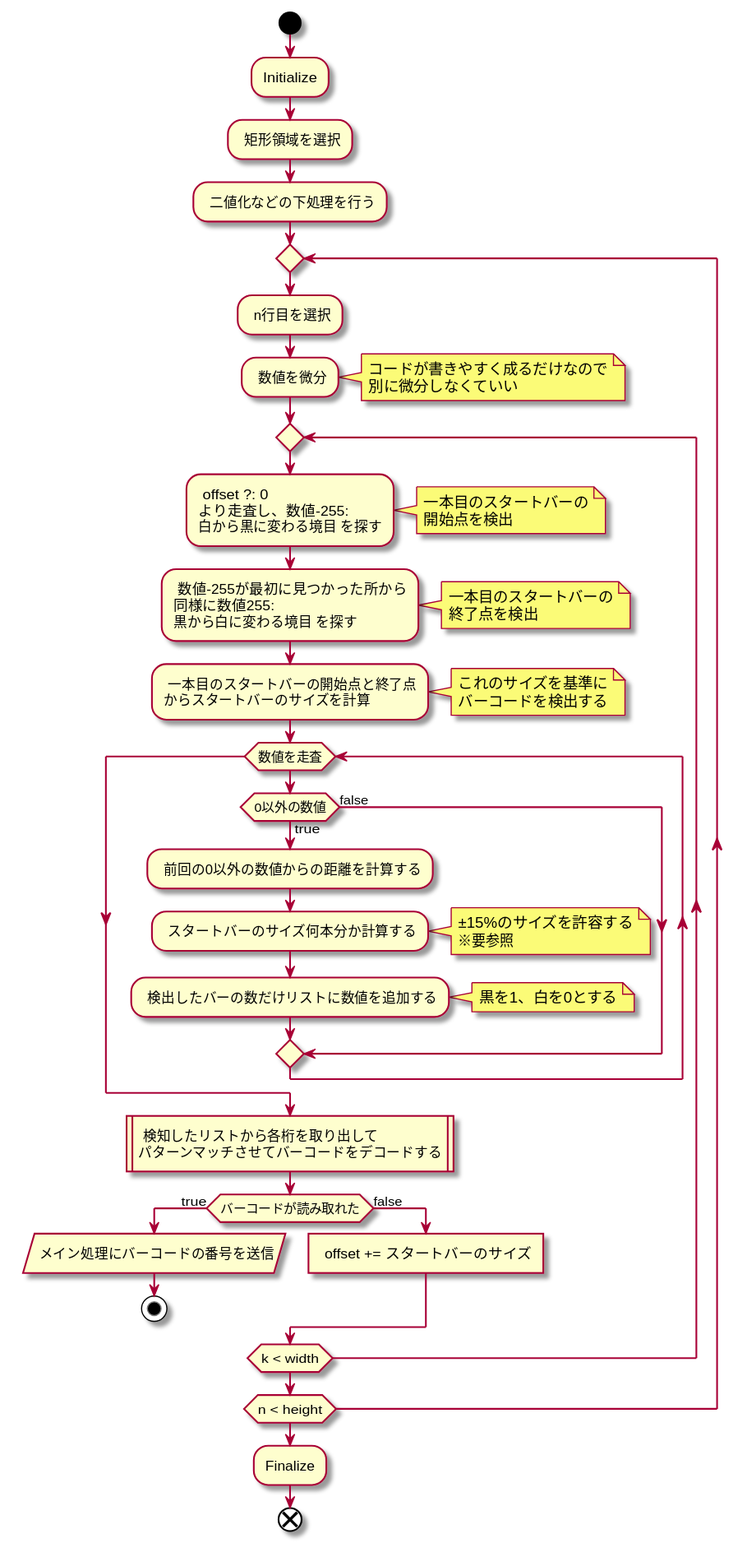
Before: cam/lab/barcode_read/flowchart.svg, a diagram exported from PlantUML (tdu-naklab/awd_system).
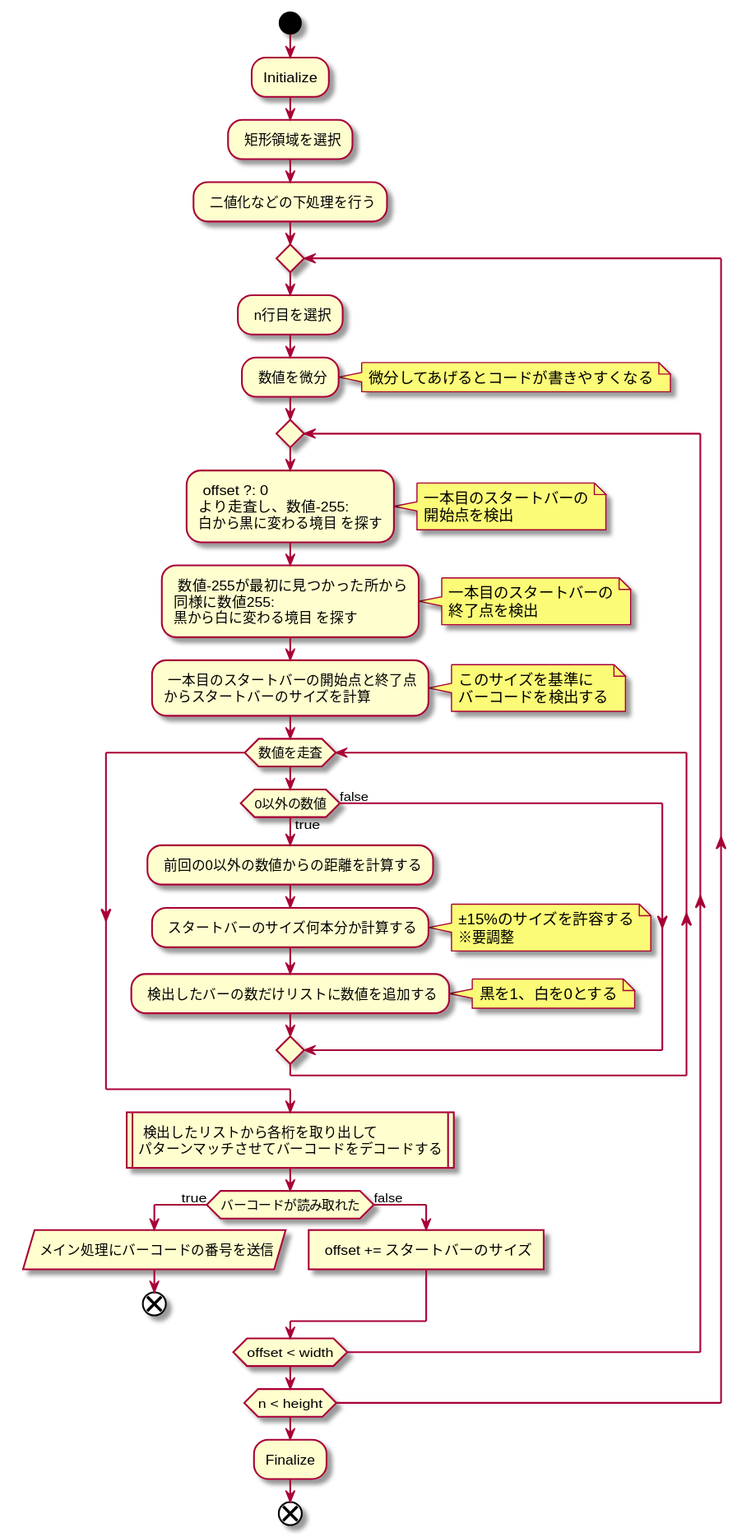
After the change.

Commit message:
update the reading barcode's flowchart

What changed in the source:
```diff
@@ -7,32 +7,32 @@
 repeat
     : n行目を選択;
     : 数値を微分;
-        note right: コードが書きやすく成るだけなので\n別に微分しなくていい
+        note right: 微分してあげるとコードが書きやすくなる
     repeat
         : offset ?: 0\nより走査し、数値-255:\n白から黒に変わる境目 を探す;
             note right: 一本目のスタートバーの\n開始点を検出
         : 数値-255が最初に見つかった所から\n同様に数値255:\n黒から白に変わる境目 を探す;
             note right: 一本目のスタートバーの\n終了点を検出
         : 一本目のスタートバーの開始点と終了点\nからスタートバーのサイズを計算;
-            note right: これのサイズを基準に\nバーコードを検出する
+            note right: このサイズを基準に\nバーコードを検出する
         while (数値を走査)
             if (0以外の数値) then (true)
                 : 前回の0以外の数値からの距離を計算する;
                 : スタートバーのサイズ何本分か計算する;
-                note right: ±15%のサイズを許容する\n※要参照
+                note right: ±15%のサイズを許容する\n※要調整
                 : 検出したバーの数だけリストに数値を追加する;
                 note right: 黒を1、白を0とする
             else (false)
             endif
         endwhile
-        : 検知したリストから各桁を取り出して\nパターンマッチさせてバーコードをデコードする|
+        : 検出したリストから各桁を取り出して\nパターンマッチさせてバーコードをデコードする|
         if (バーコードが読み取れた) then (true)
             : メイン処理にバーコードの番号を送信/
-            stop
+            end
         else (false)
             : offset += スタートバーのサイズ]
         endif
-    repeat while (k < width)
+    repeat while (offset < width)
 repeat while (n < height)
 
 :Finalize;
```
